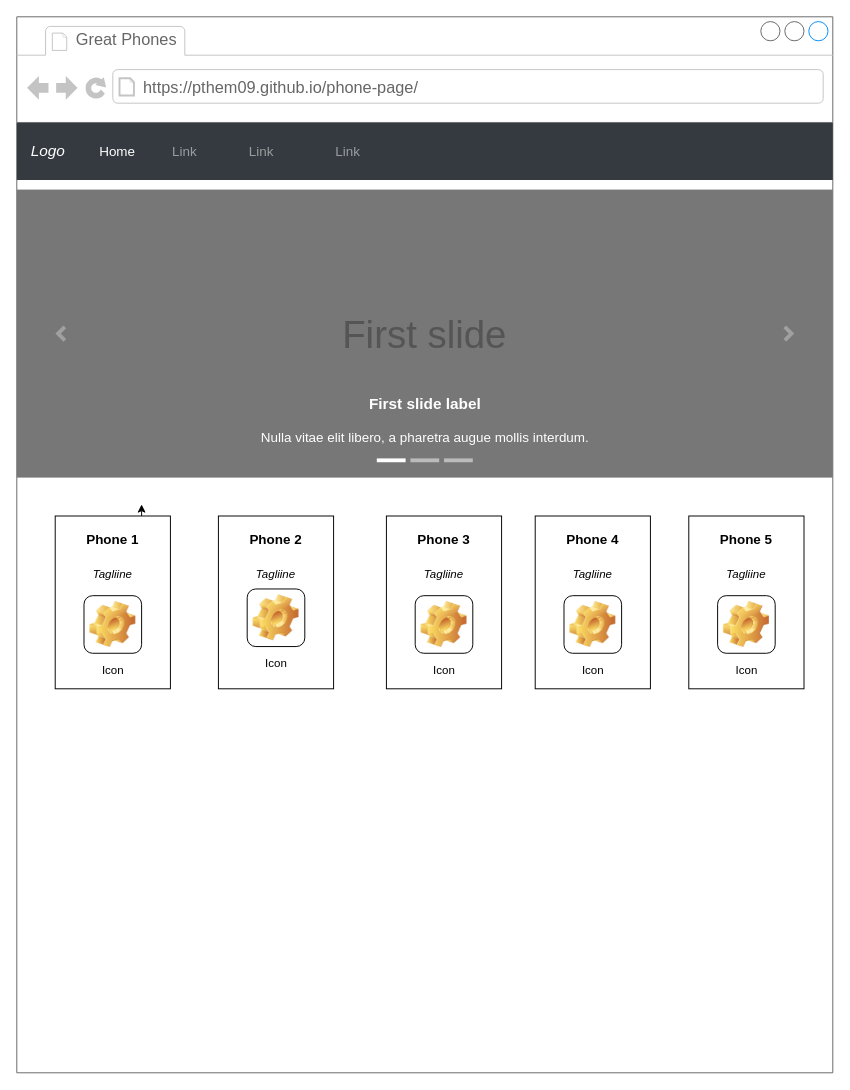
This is Phone_Page_Diagram.drawio from pthem09/phone-page, a draw.io file, before an edit. Source tidied: cells renumbered, new cells numbered last; positions are measured from the earlier drawing's top-left corner, leaving out a move shared by most shapes. Both pictures are drawn from the tidied source at 96%, with x=0, y=0 at pixel (16, 16).
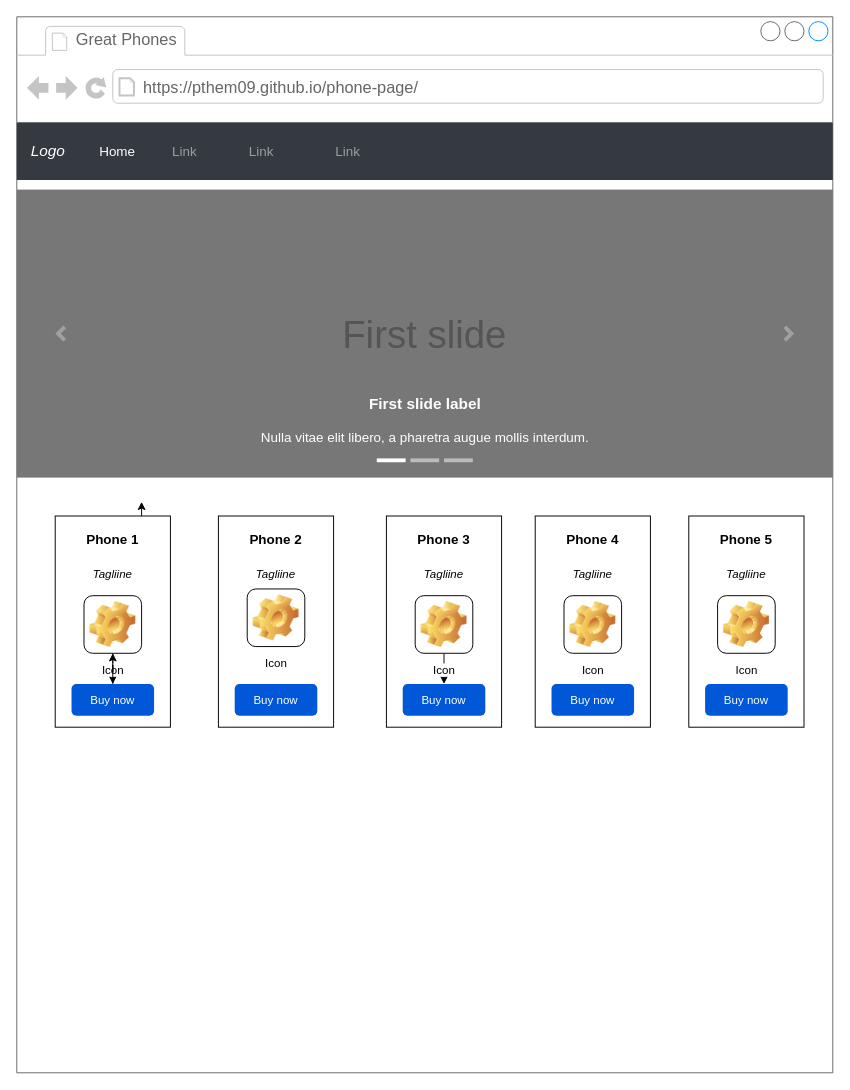
The same diagram, later.

The change refers to these unchanged cells:
```xml
<mxCell id="2" style="strokeWidth=1;shadow=0;dashed=0;align=center;html=1;shape=mxgraph.mockup.containers.browserWindow;rSize=0;strokeColor=#666666;strokeColor2=#008cff;strokeColor3=#c4c4c4;mainText=,;" parent="1" vertex="1">
  <mxGeometry width="850" height="1100" as="geometry" />
</mxCell>
<mxCell id="33" value="Icon" style="icon;html=1;image=img/clipart/Gear_128x128.png;" parent="2" vertex="1">
  <mxGeometry x="70" y="603" width="60" height="60" as="geometry" />
</mxCell>
<mxCell id="35" value="Icon" style="icon;html=1;image=img/clipart/Gear_128x128.png;" parent="2" vertex="1">
  <mxGeometry x="415" y="603" width="60" height="60" as="geometry" />
</mxCell>
```

The edit, as a diff of the source:
```diff
@@
     <mxCell id="17" style="rounded=0;whiteSpace=wrap;html=1;" parent="2" vertex="1">
-      <mxGeometry x="40" y="520" width="120" height="180" as="geometry" />
+      <mxGeometry x="40" y="520" width="120" height="220" as="geometry" />
     </mxCell>
@@
     <mxCell id="21" style="rounded=0;whiteSpace=wrap;html=1;" parent="2" vertex="1">
-      <mxGeometry x="210" y="520" width="120" height="180" as="geometry" />
+      <mxGeometry x="210" y="520" width="120" height="220" as="geometry" />
     </mxCell>
@@
     <mxCell id="24" style="rounded=0;whiteSpace=wrap;html=1;" parent="2" vertex="1">
-      <mxGeometry x="385" y="520" width="120" height="180" as="geometry" />
+      <mxGeometry x="385" y="520" width="120" height="220" as="geometry" />
     </mxCell>
@@
     <mxCell id="27" style="rounded=0;whiteSpace=wrap;html=1;" parent="2" vertex="1">
-      <mxGeometry x="540" y="520" width="120" height="180" as="geometry" />
+      <mxGeometry x="540" y="520" width="120" height="220" as="geometry" />
     </mxCell>
@@
     <mxCell id="30" style="rounded=0;whiteSpace=wrap;html=1;" parent="2" vertex="1">
-      <mxGeometry x="700" y="520" width="120" height="180" as="geometry" />
+      <mxGeometry x="700" y="520" width="120" height="220" as="geometry" />
     </mxCell>
@@
+    <mxCell id="38" style="edgeStyle=orthogonalEdgeStyle;rounded=0;jettySize=auto;html=1;" parent="2" edge="1" source="33" target="41">
+      <mxGeometry relative="1" as="geometry" />
+    </mxCell>
@@
+    <mxCell id="39" style="edgeStyle=orthogonalEdgeStyle;rounded=0;jettySize=auto;html=1;" parent="2" edge="1" source="35" target="43">
+      <mxGeometry relative="1" as="geometry" />
+    </mxCell>
@@
+    <mxCell id="40" style="edgeStyle=orthogonalEdgeStyle;rounded=0;jettySize=auto;html=1;" parent="2" edge="1" source="41" target="33">
+      <mxGeometry relative="1" as="geometry" />
+    </mxCell>
+    <mxCell id="41" value="Buy now" style="rounded=1;fillColor=#0057D8;align=center;strokeColor=none;html=1;whiteSpace=wrap;fontColor=#ffffff;fontSize=12;sketch=0;" parent="2" vertex="1">
+      <mxGeometry x="57" y="695" width="86" height="33" as="geometry" />
+    </mxCell>
+    <mxCell id="42" value="Buy now" style="rounded=1;fillColor=#0057D8;align=center;strokeColor=none;html=1;whiteSpace=wrap;fontColor=#ffffff;fontSize=12;sketch=0;" parent="2" vertex="1">
+      <mxGeometry x="227" y="695" width="86" height="33" as="geometry" />
+    </mxCell>
+    <mxCell id="43" value="Buy now" style="rounded=1;fillColor=#0057D8;align=center;strokeColor=none;html=1;whiteSpace=wrap;fontColor=#ffffff;fontSize=12;sketch=0;" parent="2" vertex="1">
+      <mxGeometry x="402" y="695" width="86" height="33" as="geometry" />
+    </mxCell>
+    <mxCell id="44" value="Buy now" style="rounded=1;fillColor=#0057D8;align=center;strokeColor=none;html=1;whiteSpace=wrap;fontColor=#ffffff;fontSize=12;sketch=0;" parent="2" vertex="1">
+      <mxGeometry x="557" y="695" width="86" height="33" as="geometry" />
+    </mxCell>
+    <mxCell id="45" value="Buy now" style="rounded=1;fillColor=#0057D8;align=center;strokeColor=none;html=1;whiteSpace=wrap;fontColor=#ffffff;fontSize=12;sketch=0;" parent="2" vertex="1">
+      <mxGeometry x="717" y="695" width="86" height="33" as="geometry" />
+    </mxCell>
```
